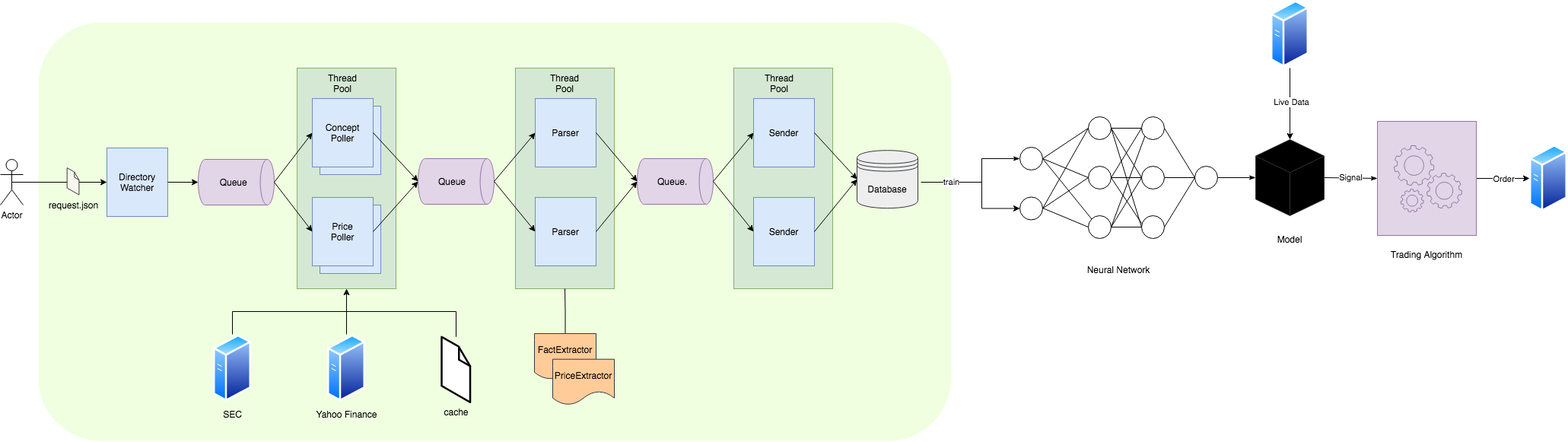
Before: documentation/System_Landscape.png, a diagram exported from draw.io (lucaslouca/turbine). Source tidied: cells renumbered, new cells last; positions are measured from the earlier drawing's top-left corner, leaving out a move shared by most shapes.
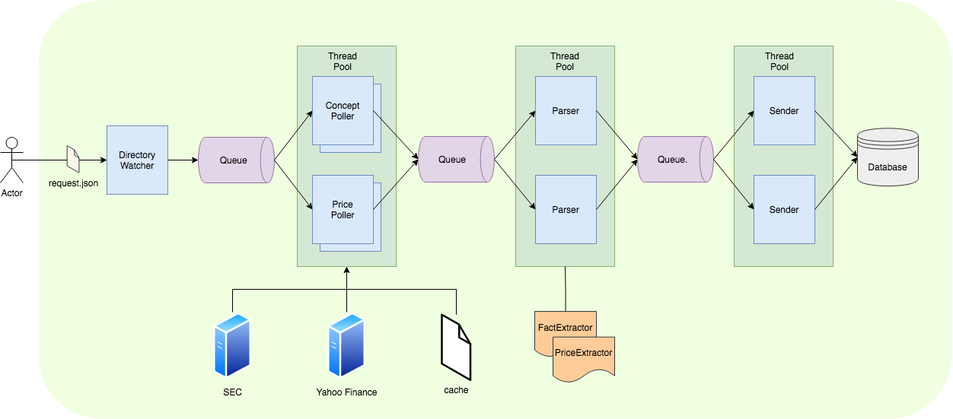
After the commit.

What changed in the source:
```diff
@@ -159,165 +159,5 @@
     <mxCell id="47" value="PriceExtractor" style="shape=document;whiteSpace=wrap;html=1;boundedLbl=1;labelBackgroundColor=none;strokeColor=#36393d;strokeWidth=1;fillColor=#ffcc99;" parent="1" vertex="1">
       <mxGeometry x="726" y="471.7" width="81" height="60" as="geometry" />
     </mxCell>
-    <mxCell id="48" style="edgeStyle=orthogonalEdgeStyle;rounded=0;jettySize=auto;html=1;exitX=1;exitY=0.5;exitDx=0;exitDy=0;entryX=0;entryY=0.5;entryDx=0;entryDy=0;startArrow=none;startFill=0;endArrow=classic;endFill=1;" parent="1" edge="1" source="50" target="92">
-      <mxGeometry relative="1" as="geometry" />
-    </mxCell>
-    <mxCell id="49" value="Order" style="edgeLabel;html=1;align=center;verticalAlign=middle;" parent="48" vertex="1">
-      <mxGeometry x="-0.08" relative="1" as="geometry">
-        <mxPoint x="4" as="offset" />
-      </mxGeometry>
-    </mxCell>
-    <mxCell id="50" style="rounded=0;whiteSpace=wrap;html=1;fillColor=#e1d5e7;strokeColor=#9673a6;" parent="1" vertex="1">
-      <mxGeometry x="1810" y="159" width="130" height="150" as="geometry" />
-    </mxCell>
-    <mxCell id="51" style="edgeStyle=orthogonalEdgeStyle;rounded=0;jettySize=auto;html=1;exitX=0;exitY=0.5;exitDx=0;exitDy=0;entryX=0;entryY=0.5;entryDx=0;entryDy=0;endArrow=classicThin;endFill=1;startArrow=classic;startFill=1;" parent="1" edge="1" source="55" target="54">
-      <mxGeometry relative="1" as="geometry">
-        <Array as="points">
-          <mxPoint x="1290" y="274" />
-          <mxPoint x="1290" y="208" />
-        </Array>
-      </mxGeometry>
-    </mxCell>
-    <mxCell id="52" style="edgeStyle=orthogonalEdgeStyle;rounded=0;orthogonalLoop=1;jettySize=auto;html=1;exitX=1;exitY=0.5;exitDx=0;exitDy=0;exitPerimeter=0;startArrow=none;startFill=0;endArrow=none;endFill=0;" parent="1" edge="1">
-      <mxGeometry relative="1" as="geometry">
-        <mxPoint x="1210" y="239" as="sourcePoint" />
-        <mxPoint x="1290" y="239" as="targetPoint" />
-      </mxGeometry>
-    </mxCell>
-    <mxCell id="53" value="train" style="edgeLabel;html=1;align=center;verticalAlign=middle;" parent="52" vertex="1">
-      <mxGeometry x="-0.03" y="-2" relative="1" as="geometry">
-        <mxPoint y="-3" as="offset" />
-      </mxGeometry>
-    </mxCell>
-    <mxCell id="54" style="ellipse;whiteSpace=wrap;html=1;" parent="1" vertex="1">
-      <mxGeometry x="1340" y="193" width="30" height="30" as="geometry" />
-    </mxCell>
-    <mxCell id="55" style="ellipse;whiteSpace=wrap;html=1;" parent="1" vertex="1">
-      <mxGeometry x="1340" y="258.5" width="30" height="30" as="geometry" />
-    </mxCell>
-    <mxCell id="56" style="ellipse;whiteSpace=wrap;html=1;" parent="1" vertex="1">
-      <mxGeometry x="1430" y="153" width="30" height="30" as="geometry" />
-    </mxCell>
-    <mxCell id="57" style="ellipse;whiteSpace=wrap;html=1;" parent="1" vertex="1">
-      <mxGeometry x="1430" y="218" width="30" height="30" as="geometry" />
-    </mxCell>
-    <mxCell id="58" style="ellipse;whiteSpace=wrap;html=1;" parent="1" vertex="1">
-      <mxGeometry x="1430" y="283" width="30" height="30" as="geometry" />
-    </mxCell>
-    <mxCell id="59" style="ellipse;whiteSpace=wrap;html=1;" parent="1" vertex="1">
-      <mxGeometry x="1570" y="218" width="30" height="30" as="geometry" />
-    </mxCell>
-    <mxCell id="60" style="endArrow=none;html=1;exitX=1;exitY=0.5;exitDx=0;exitDy=0;entryX=0;entryY=0.5;entryDx=0;entryDy=0;endFill=0;" parent="1" edge="1" source="54" target="56">
-      <mxGeometry relative="1" as="geometry" />
-    </mxCell>
-    <mxCell id="61" style="endArrow=none;html=1;exitX=1;exitY=0.5;exitDx=0;exitDy=0;entryX=0;entryY=0.5;entryDx=0;entryDy=0;endFill=0;" parent="1" edge="1" source="54" target="57">
-      <mxGeometry relative="1" as="geometry" />
-    </mxCell>
-    <mxCell id="62" style="endArrow=none;html=1;exitX=1;exitY=0.5;exitDx=0;exitDy=0;entryX=0;entryY=0;entryDx=0;entryDy=0;endFill=0;" parent="1" edge="1" source="54" target="58">
-      <mxGeometry relative="1" as="geometry" />
-    </mxCell>
-    <mxCell id="63" style="endArrow=none;html=1;exitX=1;exitY=0.5;exitDx=0;exitDy=0;entryX=0;entryY=0.5;entryDx=0;entryDy=0;endFill=0;" parent="1" edge="1" source="55" target="56">
-      <mxGeometry relative="1" as="geometry" />
-    </mxCell>
-    <mxCell id="64" style="endArrow=none;html=1;exitX=1;exitY=0.5;exitDx=0;exitDy=0;entryX=0;entryY=0.5;entryDx=0;entryDy=0;endFill=0;" parent="1" edge="1" source="55" target="57">
-      <mxGeometry relative="1" as="geometry" />
-    </mxCell>
-    <mxCell id="65" style="endArrow=none;html=1;entryX=0;entryY=0.5;entryDx=0;entryDy=0;endFill=0;" parent="1" edge="1" target="58">
-      <mxGeometry relative="1" as="geometry">
-        <mxPoint x="1370" y="273" as="sourcePoint" />
-      </mxGeometry>
-    </mxCell>
-    <mxCell id="66" style="ellipse;whiteSpace=wrap;html=1;" parent="1" vertex="1">
-      <mxGeometry x="1500" y="153" width="30" height="30" as="geometry" />
-    </mxCell>
-    <mxCell id="67" style="ellipse;whiteSpace=wrap;html=1;" parent="1" vertex="1">
-      <mxGeometry x="1500" y="218" width="30" height="30" as="geometry" />
-    </mxCell>
-    <mxCell id="68" style="ellipse;whiteSpace=wrap;html=1;" parent="1" vertex="1">
-      <mxGeometry x="1500" y="283" width="30" height="30" as="geometry" />
-    </mxCell>
-    <mxCell id="69" style="endArrow=none;html=1;exitX=1;exitY=0.5;exitDx=0;exitDy=0;entryX=0;entryY=0.5;entryDx=0;entryDy=0;endFill=0;" parent="1" edge="1" source="56" target="66">
-      <mxGeometry relative="1" as="geometry" />
-    </mxCell>
-    <mxCell id="70" style="endArrow=none;html=1;exitX=1;exitY=0.5;exitDx=0;exitDy=0;entryX=0;entryY=0.5;entryDx=0;entryDy=0;endFill=0;" parent="1" edge="1" source="56" target="67">
-      <mxGeometry relative="1" as="geometry" />
-    </mxCell>
-    <mxCell id="71" style="endArrow=none;html=1;exitX=1;exitY=0.5;exitDx=0;exitDy=0;entryX=0;entryY=0.5;entryDx=0;entryDy=0;endFill=0;" parent="1" edge="1" source="56" target="68">
-      <mxGeometry relative="1" as="geometry" />
-    </mxCell>
-    <mxCell id="72" style="endArrow=none;html=1;exitX=1;exitY=0.5;exitDx=0;exitDy=0;entryX=0;entryY=0.5;entryDx=0;entryDy=0;endFill=0;" parent="1" edge="1" source="57" target="66">
-      <mxGeometry relative="1" as="geometry" />
-    </mxCell>
-    <mxCell id="73" style="endArrow=none;html=1;exitX=1;exitY=0.5;exitDx=0;exitDy=0;endFill=0;" parent="1" edge="1" source="57" target="67">
-      <mxGeometry relative="1" as="geometry" />
-    </mxCell>
-    <mxCell id="74" style="endArrow=none;html=1;exitX=1;exitY=0.5;exitDx=0;exitDy=0;endFill=0;" parent="1" edge="1" source="57">
-      <mxGeometry relative="1" as="geometry">
-        <mxPoint x="1500" y="293" as="targetPoint" />
-      </mxGeometry>
-    </mxCell>
-    <mxCell id="75" style="endArrow=none;html=1;exitX=1;exitY=0.5;exitDx=0;exitDy=0;endFill=0;" parent="1" edge="1" source="58">
-      <mxGeometry relative="1" as="geometry">
-        <mxPoint x="1500" y="298" as="targetPoint" />
-      </mxGeometry>
-    </mxCell>
-    <mxCell id="76" style="endArrow=none;html=1;exitX=1;exitY=0.5;exitDx=0;exitDy=0;entryX=0;entryY=0.5;entryDx=0;entryDy=0;endFill=0;" parent="1" edge="1" source="58" target="67">
-      <mxGeometry relative="1" as="geometry" />
-    </mxCell>
-    <mxCell id="77" style="endArrow=none;html=1;exitX=1;exitY=0.5;exitDx=0;exitDy=0;entryX=0;entryY=1;entryDx=0;entryDy=0;endFill=0;" parent="1" edge="1" source="58" target="66">
-      <mxGeometry relative="1" as="geometry" />
-    </mxCell>
-    <mxCell id="78" style="endArrow=none;html=1;exitX=1;exitY=0.5;exitDx=0;exitDy=0;entryX=0;entryY=0.5;entryDx=0;entryDy=0;endFill=0;" parent="1" edge="1" source="67" target="59">
-      <mxGeometry relative="1" as="geometry" />
-    </mxCell>
-    <mxCell id="79" style="endArrow=none;html=1;exitX=1;exitY=0.5;exitDx=0;exitDy=0;endFill=0;" parent="1" edge="1" source="66">
-      <mxGeometry relative="1" as="geometry">
-        <mxPoint x="1570" y="233" as="targetPoint" />
-      </mxGeometry>
-    </mxCell>
-    <mxCell id="80" style="endArrow=none;html=1;exitX=1;exitY=0.5;exitDx=0;exitDy=0;endFill=0;entryX=0;entryY=0.5;entryDx=0;entryDy=0;" parent="1" edge="1" source="68" target="59">
-      <mxGeometry relative="1" as="geometry" />
-    </mxCell>
-    <mxCell id="81" style="endArrow=classicThin;html=1;exitX=1;exitY=0.5;exitDx=0;exitDy=0;entryX=0;entryY=0.5;entryDx=0;entryDy=0;endFill=1;entryPerimeter=0;" parent="1" edge="1" source="59" target="82">
-      <mxGeometry relative="1" as="geometry" />
-    </mxCell>
-    <mxCell id="82" style="html=1;whiteSpace=wrap;shape=isoCube2;backgroundOutline=1;isoAngle=15;fillColor=#000000;strokeColor=#333333;" parent="1" vertex="1">
-      <mxGeometry x="1650" y="183" width="90" height="100" as="geometry" />
-    </mxCell>
-    <mxCell id="83" value="Model" style="text;html=1;strokeColor=none;fillColor=none;align=center;verticalAlign=middle;whiteSpace=wrap;rounded=0;" parent="1" vertex="1">
-      <mxGeometry x="1675" y="304" width="40" height="20" as="geometry" />
-    </mxCell>
-    <mxCell id="84" style="edgeStyle=orthogonalEdgeStyle;rounded=0;jettySize=auto;html=1;startArrow=none;startFill=0;endArrow=classic;endFill=1;entryX=0.5;entryY=0;entryDx=0;entryDy=0;entryPerimeter=0;" parent="1" edge="1" source="86" target="82">
-      <mxGeometry relative="1" as="geometry" />
-    </mxCell>
-    <mxCell id="85" value="Live Data" style="edgeLabel;html=1;align=center;verticalAlign=middle;" parent="84" vertex="1">
-      <mxGeometry x="0.38" y="1" relative="1" as="geometry">
-        <mxPoint y="-21" as="offset" />
-      </mxGeometry>
-    </mxCell>
-    <mxCell id="86" style="perimeter=ellipsePerimeter;html=1;align=center;shadow=0;dashed=0;spacingTop=3;image;image=img/lib/active_directory/generic_server.svg;" parent="1" vertex="1">
-      <mxGeometry x="1670" y="-0.3" width="50" height="89.3" as="geometry" />
-    </mxCell>
-    <mxCell id="87" value="Signal" style="endArrow=classicThin;html=1;exitX=1;exitY=0.5;exitDx=0;exitDy=0;entryX=0;entryY=0.5;entryDx=0;entryDy=0;endFill=1;exitPerimeter=0;" parent="1" edge="1" source="82" target="50">
-      <mxGeometry relative="1" as="geometry" />
-    </mxCell>
-    <mxCell id="88" style="html=1;strokeColor=#9673a6;shadow=0;align=center;verticalAlign=top;shape=mxgraph.gcp2.gear;fillColor=#e1d5e7;" parent="1" vertex="1">
-      <mxGeometry x="1832" y="190.8" width="52.4" height="52.4" as="geometry" />
-    </mxCell>
-    <mxCell id="89" style="html=1;strokeColor=#9673a6;shadow=0;align=center;verticalAlign=top;shape=mxgraph.gcp2.gear;fillColor=#e1d5e7;" parent="1" vertex="1">
-      <mxGeometry x="1875" y="227.2" width="46" height="46" as="geometry" />
-    </mxCell>
-    <mxCell id="90" style="html=1;strokeColor=#9673a6;shadow=0;align=center;verticalAlign=top;shape=mxgraph.gcp2.gear;fillColor=#e1d5e7;" parent="1" vertex="1">
-      <mxGeometry x="1840.7" y="248.2" width="30" height="30" as="geometry" />
-    </mxCell>
-    <mxCell id="91" value="Trading Algorithm" style="text;html=1;strokeColor=none;fillColor=none;align=center;verticalAlign=middle;whiteSpace=wrap;rounded=0;" parent="1" vertex="1">
-      <mxGeometry x="1810" y="324" width="130" height="20" as="geometry" />
-    </mxCell>
-    <mxCell id="92" style="perimeter=ellipsePerimeter;html=1;align=center;shadow=0;dashed=0;spacingTop=3;image;image=img/lib/active_directory/generic_server.svg;" parent="1" vertex="1">
-      <mxGeometry x="2010" y="189.4" width="50" height="89.3" as="geometry" />
-    </mxCell>
-    <mxCell id="93" value="Neural Network" style="text;html=1;strokeColor=none;fillColor=none;align=center;verticalAlign=middle;whiteSpace=wrap;rounded=0;" parent="1" vertex="1">
-      <mxGeometry x="1420" y="344" width="100" height="20" as="geometry" />
-    </mxCell>
   </root>
 </mxGraphModel>
```
